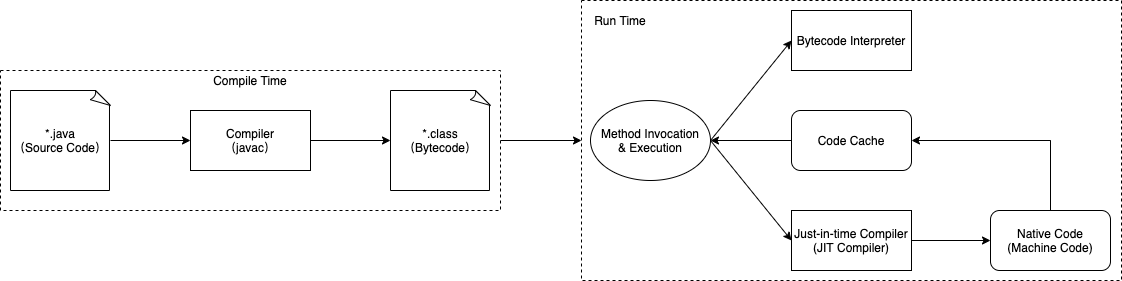
Above: static/img/jvm/bytecode-interpreter_jit-compiler.png in h2cone/blog (draw.io), before the change. Source tidied: cells renumbered, new cells last; positions are measured from the earlier drawing's top-left corner, leaving out a move shared by most shapes. The source it was exported from:
```xml
<mxGraphModel>
  <root>
    <mxCell id="0" />
    <mxCell id="1" parent="0" />
    <mxCell id="2" style="edgeStyle=orthogonalEdgeStyle;rounded=0;jettySize=auto;html=1;entryX=0;entryY=0.5;entryDx=0;entryDy=0;" parent="1" edge="1" source="3">
      <mxGeometry relative="1" as="geometry">
        <mxPoint x="390" y="140" as="targetPoint" />
      </mxGeometry>
    </mxCell>
    <mxCell id="3" value="Compiler&lt;br&gt;（javac）" style="rounded=0;whiteSpace=wrap;html=1;" parent="1" vertex="1">
      <mxGeometry x="190" y="110" width="120" height="60" as="geometry" />
    </mxCell>
    <mxCell id="4" style="edgeStyle=orthogonalEdgeStyle;rounded=0;jettySize=auto;html=1;entryX=0;entryY=0.5;entryDx=0;entryDy=0;" parent="1" edge="1" source="5" target="3">
      <mxGeometry relative="1" as="geometry" />
    </mxCell>
    <mxCell id="5" value="&lt;span&gt;*.java&lt;/span&gt;&lt;br&gt;&lt;span&gt;（Source Code）&lt;/span&gt;" style="whiteSpace=wrap;html=1;shape=mxgraph.basic.document;" parent="1" vertex="1">
      <mxGeometry x="10" y="90" width="100" height="100" as="geometry" />
    </mxCell>
    <mxCell id="6" value="&lt;span&gt;*.class&lt;/span&gt;&lt;br&gt;&lt;span&gt;（Bytecode）&lt;/span&gt;" style="whiteSpace=wrap;html=1;shape=mxgraph.basic.document;" parent="1" vertex="1">
      <mxGeometry x="390" y="90" width="100" height="100" as="geometry" />
    </mxCell>
    <mxCell id="7" value="Bytecode Interpreter" style="rounded=0;whiteSpace=wrap;html=1;" parent="1" vertex="1">
      <mxGeometry x="791" y="10" width="120" height="60" as="geometry" />
    </mxCell>
    <mxCell id="8" style="edgeStyle=none;rounded=0;jettySize=auto;html=1;entryX=0;entryY=0.5;entryDx=0;entryDy=0;" parent="1" edge="1" source="9" target="10">
      <mxGeometry relative="1" as="geometry" />
    </mxCell>
    <mxCell id="9" value="Just-in-time Compiler&lt;br&gt;(JIT Compiler)" style="rounded=0;whiteSpace=wrap;html=1;" parent="1" vertex="1">
      <mxGeometry x="791" y="210" width="120" height="60" as="geometry" />
    </mxCell>
    <mxCell id="10" value="&lt;span&gt;Native Code&lt;/span&gt;&lt;br&gt;&lt;span&gt;(Machine Code)&lt;/span&gt;" style="rounded=1;whiteSpace=wrap;html=1;" parent="1" vertex="1">
      <mxGeometry x="990" y="210" width="120" height="60" as="geometry" />
    </mxCell>
    <mxCell id="11" style="rounded=0;whiteSpace=wrap;html=1;dashed=1;fillColor=none;" parent="1" vertex="1">
      <mxGeometry x="581" width="540" height="280" as="geometry" />
    </mxCell>
    <mxCell id="12" style="edgeStyle=none;rounded=0;jettySize=auto;html=1;entryX=0;entryY=0.5;entryDx=0;entryDy=0;" parent="1" edge="1" source="13" target="11">
      <mxGeometry relative="1" as="geometry" />
    </mxCell>
    <mxCell id="13" style="rounded=0;whiteSpace=wrap;html=1;dashed=1;fillColor=none;" parent="1" vertex="1">
      <mxGeometry y="70" width="500" height="140" as="geometry" />
    </mxCell>
    <mxCell id="14" value="Compile Time" style="text;html=1;strokeColor=none;fillColor=none;align=center;verticalAlign=middle;whiteSpace=wrap;rounded=0;dashed=1;" parent="1" vertex="1">
      <mxGeometry x="210" y="70" width="80" height="20" as="geometry" />
    </mxCell>
    <mxCell id="15" style="edgeStyle=none;rounded=0;jettySize=auto;html=1;exitX=1;exitY=0.5;exitDx=0;exitDy=0;entryX=0;entryY=0.5;entryDx=0;entryDy=0;" parent="1" edge="1" source="17" target="9">
      <mxGeometry relative="1" as="geometry" />
    </mxCell>
    <mxCell id="16" style="edgeStyle=none;rounded=0;jettySize=auto;html=1;exitX=1;exitY=0.5;exitDx=0;exitDy=0;entryX=0;entryY=0.5;entryDx=0;entryDy=0;" parent="1" edge="1" source="17" target="7">
      <mxGeometry relative="1" as="geometry" />
    </mxCell>
    <mxCell id="17" value="Method Invocation&lt;br&gt;&amp;amp; Execution" style="ellipse;whiteSpace=wrap;html=1;" parent="1" vertex="1">
      <mxGeometry x="590" y="100" width="120" height="80" as="geometry" />
    </mxCell>
    <mxCell id="18" style="edgeStyle=none;rounded=0;jettySize=auto;html=1;exitX=0;exitY=0.5;exitDx=0;exitDy=0;" parent="1" edge="1" source="20">
      <mxGeometry relative="1" as="geometry">
        <mxPoint x="710" y="140" as="targetPoint" />
      </mxGeometry>
    </mxCell>
    <mxCell id="19" style="edgeStyle=none;rounded=0;jettySize=auto;html=1;" parent="1" edge="1" target="20">
      <mxGeometry relative="1" as="geometry">
        <mxPoint x="1050" y="140" as="sourcePoint" />
        <Array as="points">
          <mxPoint x="1050" y="210" />
          <mxPoint x="1050" y="140" />
        </Array>
      </mxGeometry>
    </mxCell>
    <mxCell id="20" value="Code Cache" style="rounded=1;whiteSpace=wrap;html=1;" parent="1" vertex="1">
      <mxGeometry x="791" y="110" width="120" height="60" as="geometry" />
    </mxCell>
    <mxCell id="21" value="Run Time" style="text;html=1;strokeColor=none;fillColor=none;align=center;verticalAlign=middle;whiteSpace=wrap;rounded=0;" parent="1" vertex="1">
      <mxGeometry x="590" y="10" width="60" height="20" as="geometry" />
    </mxCell>
  </root>
</mxGraphModel>
```
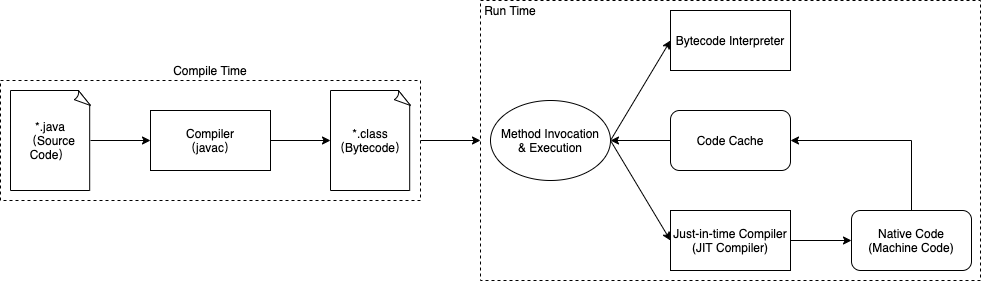
Above is the later version.

What changed in the source:
```diff
@@ -8,40 +8,43 @@
       </mxGeometry>
     </mxCell>
     <mxCell id="3" value="Compiler&lt;br&gt;（javac）" style="rounded=0;whiteSpace=wrap;html=1;" parent="1" vertex="1">
-      <mxGeometry x="190" y="110" width="120" height="60" as="geometry" />
+      <mxGeometry x="210" y="110" width="120" height="60" as="geometry" />
     </mxCell>
     <mxCell id="4" style="edgeStyle=orthogonalEdgeStyle;rounded=0;jettySize=auto;html=1;entryX=0;entryY=0.5;entryDx=0;entryDy=0;" parent="1" edge="1" source="5" target="3">
       <mxGeometry relative="1" as="geometry" />
     </mxCell>
     <mxCell id="5" value="&lt;span&gt;*.java&lt;/span&gt;&lt;br&gt;&lt;span&gt;（Source Code）&lt;/span&gt;" style="whiteSpace=wrap;html=1;shape=mxgraph.basic.document;" parent="1" vertex="1">
-      <mxGeometry x="10" y="90" width="100" height="100" as="geometry" />
+      <mxGeometry x="70" y="90" width="80" height="100" as="geometry" />
     </mxCell>
     <mxCell id="6" value="&lt;span&gt;*.class&lt;/span&gt;&lt;br&gt;&lt;span&gt;（Bytecode）&lt;/span&gt;" style="whiteSpace=wrap;html=1;shape=mxgraph.basic.document;" parent="1" vertex="1">
-      <mxGeometry x="390" y="90" width="100" height="100" as="geometry" />
+      <mxGeometry x="390" y="90" width="80" height="100" as="geometry" />
     </mxCell>
     <mxCell id="7" value="Bytecode Interpreter" style="rounded=0;whiteSpace=wrap;html=1;" parent="1" vertex="1">
-      <mxGeometry x="791" y="10" width="120" height="60" as="geometry" />
+      <mxGeometry x="730" y="10" width="120" height="60" as="geometry" />
     </mxCell>
     <mxCell id="8" style="edgeStyle=none;rounded=0;jettySize=auto;html=1;entryX=0;entryY=0.5;entryDx=0;entryDy=0;" parent="1" edge="1" source="9" target="10">
       <mxGeometry relative="1" as="geometry" />
     </mxCell>
     <mxCell id="9" value="Just-in-time Compiler&lt;br&gt;(JIT Compiler)" style="rounded=0;whiteSpace=wrap;html=1;" parent="1" vertex="1">
-      <mxGeometry x="791" y="210" width="120" height="60" as="geometry" />
+      <mxGeometry x="730" y="210" width="120" height="60" as="geometry" />
     </mxCell>
+    <mxCell id="22" style="edgeStyle=orthogonalEdgeStyle;rounded=0;jettySize=auto;html=1;exitX=0.5;exitY=0;exitDx=0;exitDy=0;entryX=1;entryY=0.5;entryDx=0;entryDy=0;" parent="1" edge="1" source="10" target="20">
+      <mxGeometry relative="1" as="geometry" />
+    </mxCell>
     <mxCell id="10" value="&lt;span&gt;Native Code&lt;/span&gt;&lt;br&gt;&lt;span&gt;(Machine Code)&lt;/span&gt;" style="rounded=1;whiteSpace=wrap;html=1;" parent="1" vertex="1">
-      <mxGeometry x="990" y="210" width="120" height="60" as="geometry" />
+      <mxGeometry x="911" y="210" width="120" height="60" as="geometry" />
     </mxCell>
     <mxCell id="11" style="rounded=0;whiteSpace=wrap;html=1;dashed=1;fillColor=none;" parent="1" vertex="1">
-      <mxGeometry x="581" width="540" height="280" as="geometry" />
+      <mxGeometry x="540" width="500" height="280" as="geometry" />
     </mxCell>
-    <mxCell id="12" style="edgeStyle=none;rounded=0;jettySize=auto;html=1;entryX=0;entryY=0.5;entryDx=0;entryDy=0;" parent="1" edge="1" source="13" target="11">
+    <mxCell id="12" style="edgeStyle=orthogonalEdgeStyle;rounded=0;jettySize=auto;html=1;exitX=1;exitY=0.5;exitDx=0;exitDy=0;entryX=0;entryY=0.5;entryDx=0;entryDy=0;" parent="1" edge="1" source="13" target="11">
       <mxGeometry relative="1" as="geometry" />
     </mxCell>
     <mxCell id="13" style="rounded=0;whiteSpace=wrap;html=1;dashed=1;fillColor=none;" parent="1" vertex="1">
-      <mxGeometry y="70" width="500" height="140" as="geometry" />
+      <mxGeometry x="60" y="80" width="420" height="120" as="geometry" />
     </mxCell>
     <mxCell id="14" value="Compile Time" style="text;html=1;strokeColor=none;fillColor=none;align=center;verticalAlign=middle;whiteSpace=wrap;rounded=0;dashed=1;" parent="1" vertex="1">
-      <mxGeometry x="210" y="70" width="80" height="20" as="geometry" />
+      <mxGeometry x="230" y="60" width="80" height="20" as="geometry" />
     </mxCell>
     <mxCell id="15" style="edgeStyle=none;rounded=0;jettySize=auto;html=1;exitX=1;exitY=0.5;exitDx=0;exitDy=0;entryX=0;entryY=0.5;entryDx=0;entryDy=0;" parent="1" edge="1" source="17" target="9">
       <mxGeometry relative="1" as="geometry" />
@@ -50,27 +53,18 @@
       <mxGeometry relative="1" as="geometry" />
     </mxCell>
     <mxCell id="17" value="Method Invocation&lt;br&gt;&amp;amp; Execution" style="ellipse;whiteSpace=wrap;html=1;" parent="1" vertex="1">
-      <mxGeometry x="590" y="100" width="120" height="80" as="geometry" />
+      <mxGeometry x="550" y="100" width="120" height="80" as="geometry" />
     </mxCell>
     <mxCell id="18" style="edgeStyle=none;rounded=0;jettySize=auto;html=1;exitX=0;exitY=0.5;exitDx=0;exitDy=0;" parent="1" edge="1" source="20">
       <mxGeometry relative="1" as="geometry">
-        <mxPoint x="710" y="140" as="targetPoint" />
+        <mxPoint x="670" y="140" as="targetPoint" />
       </mxGeometry>
     </mxCell>
-    <mxCell id="19" style="edgeStyle=none;rounded=0;jettySize=auto;html=1;" parent="1" edge="1" target="20">
-      <mxGeometry relative="1" as="geometry">
-        <mxPoint x="1050" y="140" as="sourcePoint" />
-        <Array as="points">
-          <mxPoint x="1050" y="210" />
-          <mxPoint x="1050" y="140" />
-        </Array>
-      </mxGeometry>
-    </mxCell>
     <mxCell id="20" value="Code Cache" style="rounded=1;whiteSpace=wrap;html=1;" parent="1" vertex="1">
-      <mxGeometry x="791" y="110" width="120" height="60" as="geometry" />
+      <mxGeometry x="730" y="110" width="120" height="60" as="geometry" />
     </mxCell>
     <mxCell id="21" value="Run Time" style="text;html=1;strokeColor=none;fillColor=none;align=center;verticalAlign=middle;whiteSpace=wrap;rounded=0;" parent="1" vertex="1">
-      <mxGeometry x="590" y="10" width="60" height="20" as="geometry" />
+      <mxGeometry x="540" width="60" height="20" as="geometry" />
     </mxCell>
   </root>
 </mxGraphModel>
```
